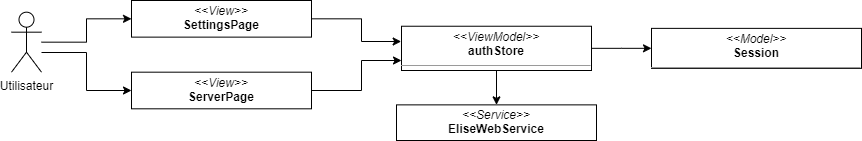
Earlier version of the draw.io export images_pfe/dca_sprint1.png (PFE-Neoledge-2023/rapport). Source tidied: cells renumbered, new cells last; positions are measured from the earlier drawing's top-left corner, leaving out a move shared by most shapes. Source of this version:
```xml
<mxGraphModel>
  <root>
    <mxCell id="0" />
    <mxCell id="1" parent="0" />
    <mxCell id="2" style="edgeStyle=orthogonalEdgeStyle;html=1;entryX=0;entryY=0.5;entryDx=0;entryDy=0;rounded=0;" parent="1" edge="1" source="3" target="5">
      <mxGeometry relative="1" as="geometry" />
    </mxCell>
    <mxCell id="3" value="Utilisateur" style="shape=umlActor;verticalLabelPosition=bottom;verticalAlign=top;html=1;outlineConnect=0;" parent="1" vertex="1">
      <mxGeometry y="11.7" width="30" height="60" as="geometry" />
    </mxCell>
    <mxCell id="4" style="edgeStyle=orthogonalEdgeStyle;html=1;exitX=1;exitY=0.5;exitDx=0;exitDy=0;entryX=-0.002;entryY=0.349;entryDx=0;entryDy=0;startArrow=none;startFill=0;endArrow=classic;endFill=1;rounded=0;entryPerimeter=0;" parent="1" edge="1" source="5" target="7">
      <mxGeometry relative="1" as="geometry">
        <Array as="points">
          <mxPoint x="350" y="18" />
          <mxPoint x="350" y="41" />
          <mxPoint x="390" y="41" />
        </Array>
      </mxGeometry>
    </mxCell>
    <mxCell id="5" value="&lt;p style=&quot;margin:0px;margin-top:4px;text-align:center;&quot;&gt;&lt;i&gt;&amp;lt;&amp;lt;View&amp;gt;&amp;gt;&lt;/i&gt;&lt;br&gt;&lt;b&gt;SettingsPage&lt;/b&gt;&lt;/p&gt;&lt;hr style=&quot;border-color: var(--border-color);&quot; size=&quot;1&quot;&gt;&lt;p style=&quot;border-color: var(--border-color); margin: 0px 0px 0px 4px;&quot;&gt;&lt;br&gt;&lt;/p&gt;" style="verticalAlign=top;align=left;overflow=fill;fontSize=12;fontFamily=Helvetica;html=1;whiteSpace=wrap;" parent="1" vertex="1">
      <mxGeometry x="120" width="180" height="36.6" as="geometry" />
    </mxCell>
    <mxCell id="6" style="edgeStyle=orthogonalEdgeStyle;rounded=0;jettySize=auto;html=1;startArrow=none;startFill=0;endArrow=classic;endFill=1;" parent="1" edge="1" source="7" target="8">
      <mxGeometry relative="1" as="geometry" />
    </mxCell>
    <mxCell id="7" value="&lt;p style=&quot;margin:0px;margin-top:4px;text-align:center;&quot;&gt;&lt;i&gt;&amp;lt;&amp;lt;ViewModel&amp;gt;&amp;gt;&lt;/i&gt;&lt;br&gt;&lt;b&gt;authStore&lt;/b&gt;&lt;/p&gt;&lt;hr size=&quot;1&quot;&gt;&lt;p style=&quot;margin:0px;margin-left:4px;&quot;&gt;&lt;/p&gt;&lt;p style=&quot;margin:0px;margin-left:4px;&quot;&gt;&lt;br&gt;&lt;/p&gt;" style="verticalAlign=top;align=left;overflow=fill;fontSize=12;fontFamily=Helvetica;html=1;whiteSpace=wrap;" parent="1" vertex="1">
      <mxGeometry x="390" y="25.7" width="190" height="44.3" as="geometry" />
    </mxCell>
    <mxCell id="8" value="&lt;p style=&quot;margin:0px;margin-top:4px;text-align:center;&quot;&gt;&lt;i&gt;&amp;lt;&amp;lt;Model&amp;gt;&amp;gt;&lt;/i&gt;&lt;br&gt;&lt;b&gt;Session&lt;/b&gt;&lt;/p&gt;&lt;hr size=&quot;1&quot;&gt;&lt;p style=&quot;margin:0px;margin-left:4px;&quot;&gt;&lt;br&gt;&lt;/p&gt;" style="verticalAlign=top;align=left;overflow=fill;fontSize=12;fontFamily=Helvetica;html=1;whiteSpace=wrap;" parent="1" vertex="1">
      <mxGeometry x="640" y="27.9" width="210" height="40" as="geometry" />
    </mxCell>
    <mxCell id="9" style="edgeStyle=orthogonalEdgeStyle;rounded=0;jettySize=auto;html=1;entryX=0.5;entryY=1;entryDx=0;entryDy=0;startArrow=classic;startFill=1;endArrow=none;endFill=0;" parent="1" edge="1" source="10" target="7">
      <mxGeometry relative="1" as="geometry" />
    </mxCell>
    <mxCell id="10" value="&lt;p style=&quot;margin:0px;margin-top:4px;text-align:center;&quot;&gt;&lt;i&gt;&amp;lt;&amp;lt;Service&amp;gt;&amp;gt;&lt;/i&gt;&lt;br&gt;&lt;b&gt;EliseWebService&lt;/b&gt;&lt;/p&gt;&lt;hr size=&quot;1&quot;&gt;&lt;p style=&quot;margin:0px;margin-left:4px;&quot;&gt;&lt;/p&gt;&lt;p style=&quot;margin:0px;margin-left:4px;&quot;&gt;&lt;br&gt;&lt;/p&gt;" style="verticalAlign=top;align=left;overflow=fill;fontSize=12;fontFamily=Helvetica;html=1;whiteSpace=wrap;" parent="1" vertex="1">
      <mxGeometry x="385" y="104.4" width="200" height="35.6" as="geometry" />
    </mxCell>
    <mxCell id="11" value="&lt;p style=&quot;margin:0px;margin-top:4px;text-align:center;&quot;&gt;&lt;i&gt;&amp;lt;&amp;lt;View&amp;gt;&amp;gt;&lt;/i&gt;&lt;br&gt;&lt;b&gt;ServerPage&lt;/b&gt;&lt;/p&gt;&lt;hr style=&quot;border-color: var(--border-color);&quot; size=&quot;1&quot;&gt;&lt;p style=&quot;border-color: var(--border-color); margin: 0px 0px 0px 4px;&quot;&gt;&lt;br&gt;&lt;/p&gt;" style="verticalAlign=top;align=left;overflow=fill;fontSize=12;fontFamily=Helvetica;html=1;whiteSpace=wrap;" parent="1" vertex="1">
      <mxGeometry x="120" y="71.7" width="180" height="36.6" as="geometry" />
    </mxCell>
    <mxCell id="12" style="edgeStyle=orthogonalEdgeStyle;html=1;entryX=0;entryY=0.25;entryDx=0;entryDy=0;rounded=0;" parent="1" edge="1">
      <mxGeometry relative="1" as="geometry" />
    </mxCell>
    <mxCell id="13" style="edgeStyle=orthogonalEdgeStyle;html=1;entryX=0;entryY=0.5;entryDx=0;entryDy=0;rounded=0;" parent="1" edge="1" target="11">
      <mxGeometry relative="1" as="geometry">
        <mxPoint x="30" y="52" as="sourcePoint" />
      </mxGeometry>
    </mxCell>
    <mxCell id="14" style="edgeStyle=orthogonalEdgeStyle;html=1;exitX=1;exitY=0.5;exitDx=0;exitDy=0;entryX=0;entryY=0.761;entryDx=0;entryDy=0;startArrow=none;startFill=0;endArrow=classic;endFill=1;rounded=0;entryPerimeter=0;" parent="1" edge="1" source="11" target="7">
      <mxGeometry relative="1" as="geometry">
        <Array as="points">
          <mxPoint x="350" y="90" />
          <mxPoint x="350" y="60" />
          <mxPoint x="390" y="60" />
        </Array>
      </mxGeometry>
    </mxCell>
  </root>
</mxGraphModel>
```
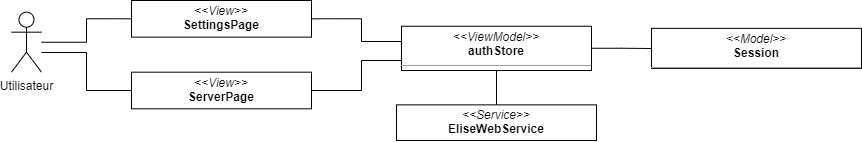
Above is the later version.

The edit, as a diff of the source:
```diff
@@ -2,13 +2,13 @@
   <root>
     <mxCell id="0" />
     <mxCell id="1" parent="0" />
-    <mxCell id="2" style="edgeStyle=orthogonalEdgeStyle;html=1;entryX=0;entryY=0.5;entryDx=0;entryDy=0;rounded=0;" parent="1" edge="1" source="3" target="5">
+    <mxCell id="2" style="edgeStyle=orthogonalEdgeStyle;html=1;entryX=0;entryY=0.5;entryDx=0;entryDy=0;rounded=0;endArrow=none;endFill=0;" parent="1" edge="1" source="3" target="5">
       <mxGeometry relative="1" as="geometry" />
     </mxCell>
     <mxCell id="3" value="Utilisateur" style="shape=umlActor;verticalLabelPosition=bottom;verticalAlign=top;html=1;outlineConnect=0;" parent="1" vertex="1">
       <mxGeometry y="11.7" width="30" height="60" as="geometry" />
     </mxCell>
-    <mxCell id="4" style="edgeStyle=orthogonalEdgeStyle;html=1;exitX=1;exitY=0.5;exitDx=0;exitDy=0;entryX=-0.002;entryY=0.349;entryDx=0;entryDy=0;startArrow=none;startFill=0;endArrow=classic;endFill=1;rounded=0;entryPerimeter=0;" parent="1" edge="1" source="5" target="7">
+    <mxCell id="4" style="edgeStyle=orthogonalEdgeStyle;html=1;exitX=1;exitY=0.5;exitDx=0;exitDy=0;entryX=-0.002;entryY=0.349;entryDx=0;entryDy=0;startArrow=none;startFill=0;endArrow=none;endFill=0;rounded=0;entryPerimeter=0;" parent="1" edge="1" source="5" target="7">
       <mxGeometry relative="1" as="geometry">
         <Array as="points">
           <mxPoint x="350" y="18" />
@@ -20,7 +20,7 @@
     <mxCell id="5" value="&lt;p style=&quot;margin:0px;margin-top:4px;text-align:center;&quot;&gt;&lt;i&gt;&amp;lt;&amp;lt;View&amp;gt;&amp;gt;&lt;/i&gt;&lt;br&gt;&lt;b&gt;SettingsPage&lt;/b&gt;&lt;/p&gt;&lt;hr style=&quot;border-color: var(--border-color);&quot; size=&quot;1&quot;&gt;&lt;p style=&quot;border-color: var(--border-color); margin: 0px 0px 0px 4px;&quot;&gt;&lt;br&gt;&lt;/p&gt;" style="verticalAlign=top;align=left;overflow=fill;fontSize=12;fontFamily=Helvetica;html=1;whiteSpace=wrap;" parent="1" vertex="1">
       <mxGeometry x="120" width="180" height="36.6" as="geometry" />
     </mxCell>
-    <mxCell id="6" style="edgeStyle=orthogonalEdgeStyle;rounded=0;jettySize=auto;html=1;startArrow=none;startFill=0;endArrow=classic;endFill=1;" parent="1" edge="1" source="7" target="8">
+    <mxCell id="6" style="edgeStyle=orthogonalEdgeStyle;rounded=0;jettySize=auto;html=1;startArrow=none;startFill=0;endArrow=none;endFill=0;" parent="1" edge="1" source="7" target="8">
       <mxGeometry relative="1" as="geometry" />
     </mxCell>
     <mxCell id="7" value="&lt;p style=&quot;margin:0px;margin-top:4px;text-align:center;&quot;&gt;&lt;i&gt;&amp;lt;&amp;lt;ViewModel&amp;gt;&amp;gt;&lt;/i&gt;&lt;br&gt;&lt;b&gt;authStore&lt;/b&gt;&lt;/p&gt;&lt;hr size=&quot;1&quot;&gt;&lt;p style=&quot;margin:0px;margin-left:4px;&quot;&gt;&lt;/p&gt;&lt;p style=&quot;margin:0px;margin-left:4px;&quot;&gt;&lt;br&gt;&lt;/p&gt;" style="verticalAlign=top;align=left;overflow=fill;fontSize=12;fontFamily=Helvetica;html=1;whiteSpace=wrap;" parent="1" vertex="1">
@@ -29,7 +29,7 @@
     <mxCell id="8" value="&lt;p style=&quot;margin:0px;margin-top:4px;text-align:center;&quot;&gt;&lt;i&gt;&amp;lt;&amp;lt;Model&amp;gt;&amp;gt;&lt;/i&gt;&lt;br&gt;&lt;b&gt;Session&lt;/b&gt;&lt;/p&gt;&lt;hr size=&quot;1&quot;&gt;&lt;p style=&quot;margin:0px;margin-left:4px;&quot;&gt;&lt;br&gt;&lt;/p&gt;" style="verticalAlign=top;align=left;overflow=fill;fontSize=12;fontFamily=Helvetica;html=1;whiteSpace=wrap;" parent="1" vertex="1">
       <mxGeometry x="640" y="27.9" width="210" height="40" as="geometry" />
     </mxCell>
-    <mxCell id="9" style="edgeStyle=orthogonalEdgeStyle;rounded=0;jettySize=auto;html=1;entryX=0.5;entryY=1;entryDx=0;entryDy=0;startArrow=classic;startFill=1;endArrow=none;endFill=0;" parent="1" edge="1" source="10" target="7">
+    <mxCell id="9" style="edgeStyle=orthogonalEdgeStyle;rounded=0;jettySize=auto;html=1;entryX=0.5;entryY=1;entryDx=0;entryDy=0;startArrow=none;startFill=0;endArrow=none;endFill=0;" parent="1" edge="1" source="10" target="7">
       <mxGeometry relative="1" as="geometry" />
     </mxCell>
     <mxCell id="10" value="&lt;p style=&quot;margin:0px;margin-top:4px;text-align:center;&quot;&gt;&lt;i&gt;&amp;lt;&amp;lt;Service&amp;gt;&amp;gt;&lt;/i&gt;&lt;br&gt;&lt;b&gt;EliseWebService&lt;/b&gt;&lt;/p&gt;&lt;hr size=&quot;1&quot;&gt;&lt;p style=&quot;margin:0px;margin-left:4px;&quot;&gt;&lt;/p&gt;&lt;p style=&quot;margin:0px;margin-left:4px;&quot;&gt;&lt;br&gt;&lt;/p&gt;" style="verticalAlign=top;align=left;overflow=fill;fontSize=12;fontFamily=Helvetica;html=1;whiteSpace=wrap;" parent="1" vertex="1">
@@ -41,12 +41,12 @@
     <mxCell id="12" style="edgeStyle=orthogonalEdgeStyle;html=1;entryX=0;entryY=0.25;entryDx=0;entryDy=0;rounded=0;" parent="1" edge="1">
       <mxGeometry relative="1" as="geometry" />
     </mxCell>
-    <mxCell id="13" style="edgeStyle=orthogonalEdgeStyle;html=1;entryX=0;entryY=0.5;entryDx=0;entryDy=0;rounded=0;" parent="1" edge="1" target="11">
+    <mxCell id="13" style="edgeStyle=orthogonalEdgeStyle;html=1;entryX=0;entryY=0.5;entryDx=0;entryDy=0;rounded=0;endArrow=none;endFill=0;" parent="1" edge="1" target="11">
       <mxGeometry relative="1" as="geometry">
         <mxPoint x="30" y="52" as="sourcePoint" />
       </mxGeometry>
     </mxCell>
-    <mxCell id="14" style="edgeStyle=orthogonalEdgeStyle;html=1;exitX=1;exitY=0.5;exitDx=0;exitDy=0;entryX=0;entryY=0.761;entryDx=0;entryDy=0;startArrow=none;startFill=0;endArrow=classic;endFill=1;rounded=0;entryPerimeter=0;" parent="1" edge="1" source="11" target="7">
+    <mxCell id="14" style="edgeStyle=orthogonalEdgeStyle;html=1;exitX=1;exitY=0.5;exitDx=0;exitDy=0;entryX=0;entryY=0.761;entryDx=0;entryDy=0;startArrow=none;startFill=0;endArrow=none;endFill=0;rounded=0;entryPerimeter=0;" parent="1" edge="1" source="11" target="7">
       <mxGeometry relative="1" as="geometry">
         <Array as="points">
           <mxPoint x="350" y="90" />
```
